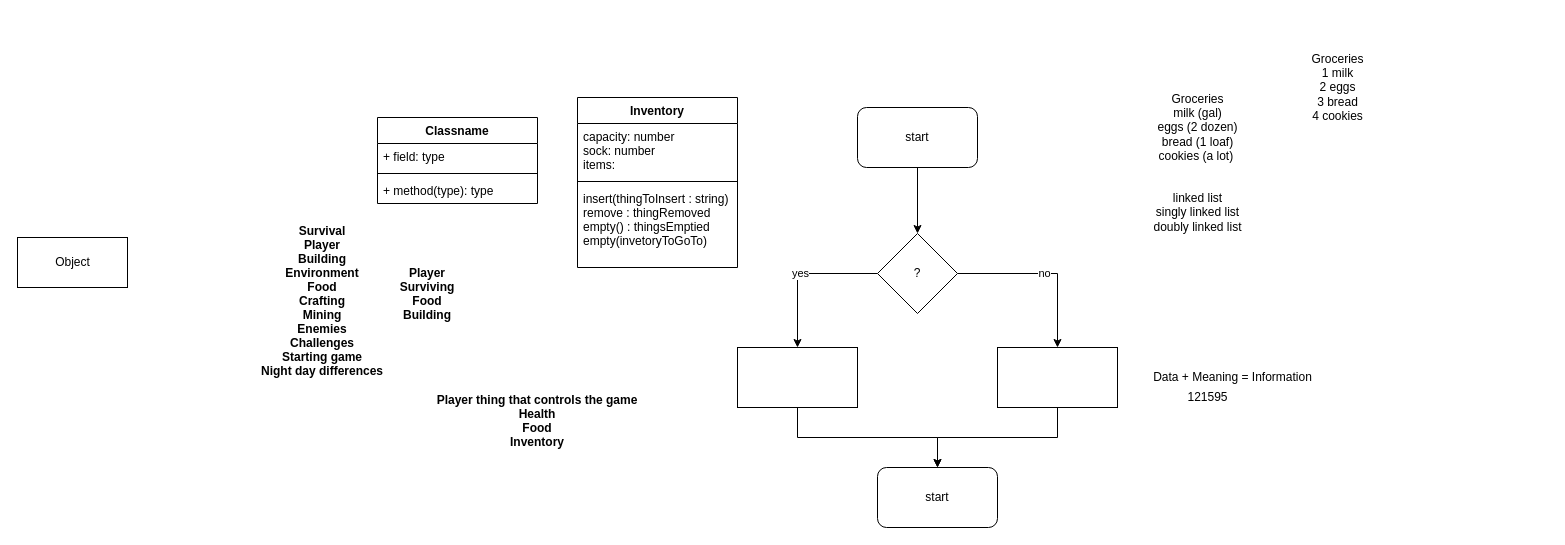
This is Untitled Diagram.drawio from atimmer1/First-CSCS-1240, a draw.io file, before an edit. Source tidied: cells renumbered, new cells numbered last; positions are measured from the earlier drawing's top-left corner, leaving out a move shared by most shapes. Both pictures are drawn from the tidied source at 100%, with x=0, y=0 at pixel (17, 47).
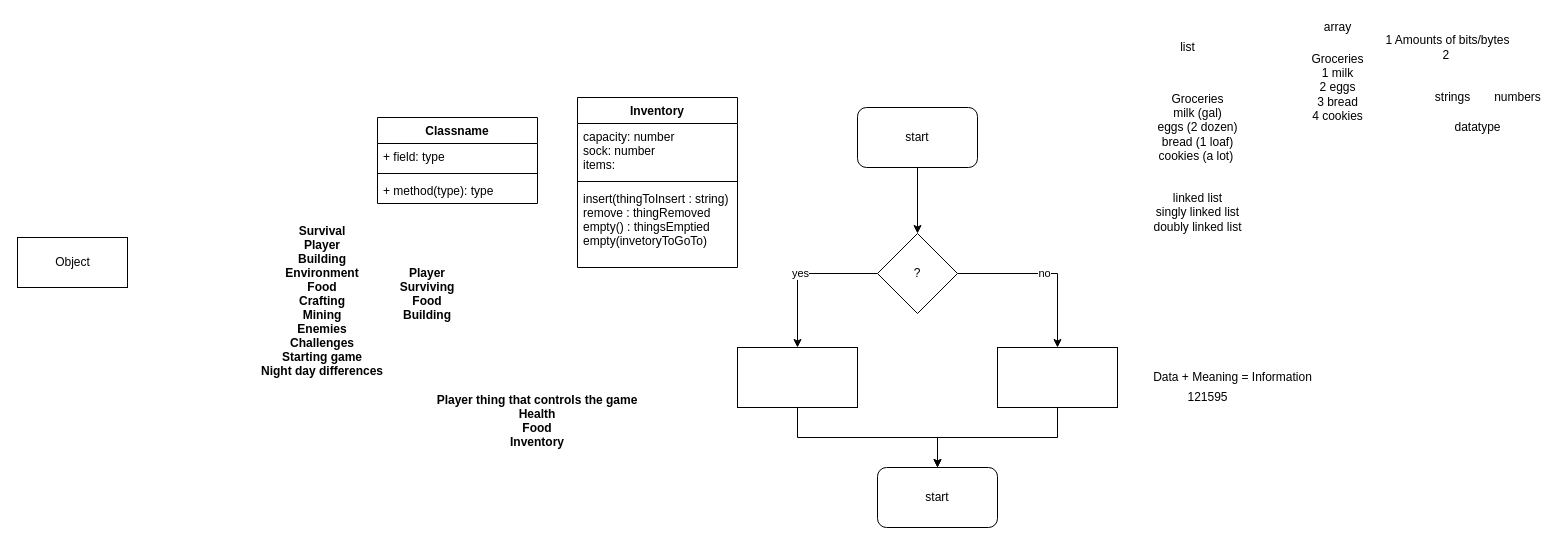
The same page after the edit.

The edit, as a diff of the source:
```diff
@@
+    <mxCell id="29" value="list" style="text;html=1;align=center;verticalAlign=middle;" parent="1" vertex="1">
+      <mxGeometry x="1155" y="-10" width="30" height="20" as="geometry" />
+    </mxCell>
+    <mxCell id="30" value="array" style="text;html=1;align=center;verticalAlign=middle;" parent="1" vertex="1">
+      <mxGeometry x="1300" y="-30" width="40" height="20" as="geometry" />
+    </mxCell>
+    <mxCell id="31" value="datatype" style="text;html=1;align=center;verticalAlign=middle;" parent="1" vertex="1">
+      <mxGeometry x="1430" y="70" width="60" height="20" as="geometry" />
+    </mxCell>
+    <mxCell id="32" value="strings" style="text;html=1;align=center;verticalAlign=middle;" parent="1" vertex="1">
+      <mxGeometry x="1410" y="40" width="50" height="20" as="geometry" />
+    </mxCell>
+    <mxCell id="33" value="numbers" style="text;html=1;align=center;verticalAlign=middle;" parent="1" vertex="1">
+      <mxGeometry x="1470" y="40" width="60" height="20" as="geometry" />
+    </mxCell>
+    <mxCell id="34" value="1 Amounts of bits/bytes&lt;br&gt;2&amp;nbsp;" style="text;html=1;align=center;verticalAlign=middle;" parent="1" vertex="1">
+      <mxGeometry x="1360" y="-15" width="140" height="30" as="geometry" />
+    </mxCell>
```
